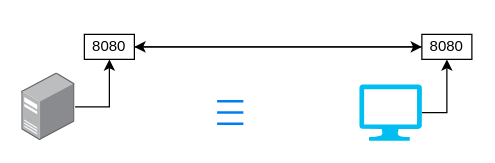
Before: Networks/Protocols/Application_Layer/SSH/LocalForwardIdea.drawio in mg-Ben/MyKnowledge, a draw.io diagram. Source tidied: cells renumbered, new cells numbered last; positions are measured from the earlier drawing's top-left corner, leaving out a move shared by most shapes. Both pictures are drawn from the tidied source at 125%, with x=0, y=0 at pixel (21, 34).
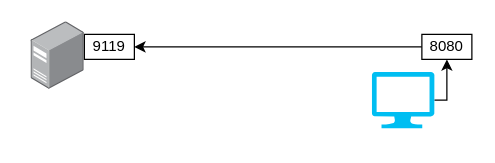
Above is the later version.

Change to the diagram source:
```diff
@@
 <mxGraphModel>
   <root>
     <mxCell id="0" />
     <mxCell id="1" parent="0" />
     <mxCell id="2" style="edgeStyle=orthogonalEdgeStyle;rounded=0;jettySize=auto;html=1;exitX=1;exitY=0.5;exitDx=0;exitDy=0;exitPerimeter=0;entryX=0.5;entryY=1;entryDx=0;entryDy=0;" parent="1" edge="1" source="3" target="7">
       <mxGeometry relative="1" as="geometry" />
     </mxCell>
     <mxCell id="3" style="verticalLabelPosition=bottom;html=1;verticalAlign=top;align=center;strokeColor=none;fillColor=#00BEF2;shape=mxgraph.azure.computer;" parent="1" vertex="1">
-      <mxGeometry x="270" y="40" width="50" height="45" as="geometry" />
+      <mxGeometry x="280" y="30" width="50" height="45" as="geometry" />
     </mxCell>
-    <mxCell id="4" style="edgeStyle=orthogonalEdgeStyle;rounded=0;jettySize=auto;html=1;entryX=0.5;entryY=1;entryDx=0;entryDy=0;" parent="1" edge="1" source="5" target="9">
-      <mxGeometry relative="1" as="geometry" />
-    </mxCell>
     <mxCell id="5" style="image;points=[];html=1;align=center;shadow=0;dashed=0;image=img/lib/allied_telesis/computer_and_terminals/Server_Desktop.svg;" parent="1" vertex="1">
-      <mxGeometry y="31" width="42.6" height="54" as="geometry" />
+      <mxGeometry x="7.4" y="-10" width="42.6" height="54" as="geometry" />
     </mxCell>
     <mxCell id="6" style="edgeStyle=orthogonalEdgeStyle;rounded=0;jettySize=auto;html=1;entryX=1;entryY=0.5;entryDx=0;entryDy=0;" parent="1" edge="1" source="7" target="9">
       <mxGeometry relative="1" as="geometry" />
     </mxCell>
     <mxCell id="7" value="8080" style="rounded=0;whiteSpace=wrap;html=1;" parent="1" vertex="1">
       <mxGeometry x="320" width="40" height="20" as="geometry" />
     </mxCell>
-    <mxCell id="8" style="edgeStyle=orthogonalEdgeStyle;rounded=0;jettySize=auto;html=1;exitX=1;exitY=0.5;exitDx=0;exitDy=0;entryX=0;entryY=0.5;entryDx=0;entryDy=0;" parent="1" edge="1" source="9" target="7">
-      <mxGeometry relative="1" as="geometry" />
-    </mxCell>
-    <mxCell id="9" value="8080" style="rounded=0;whiteSpace=wrap;html=1;" parent="1" vertex="1">
+    <mxCell id="9" value="9119" style="rounded=0;whiteSpace=wrap;html=1;" parent="1" vertex="1">
       <mxGeometry x="50" width="40" height="20" as="geometry" />
     </mxCell>
-    <mxCell id="10" style="html=1;verticalLabelPosition=bottom;align=center;labelBackgroundColor=#ffffff;verticalAlign=top;strokeWidth=2;strokeColor=#0080F0;shadow=0;dashed=0;shape=mxgraph.ios7.icons.most_viewed;" parent="1" vertex="1">
-      <mxGeometry x="149" y="51.1" width="28.2" height="22.8" as="geometry" />
-    </mxCell>
   </root>
 </mxGraphModel>
```
